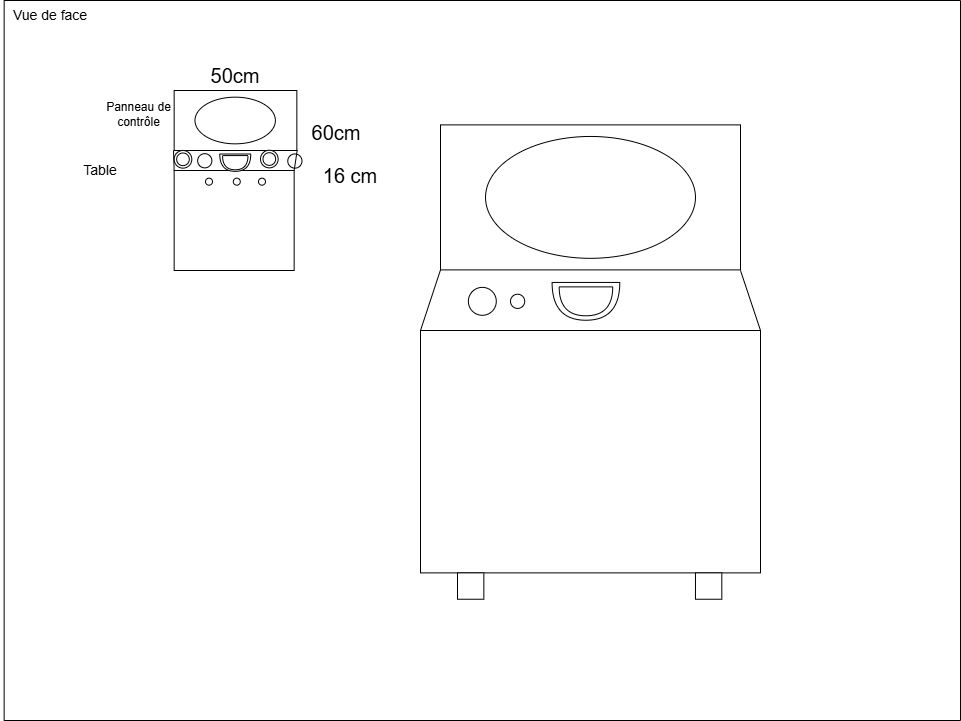
deux-intelligence/deux-neurones keeps this draw.io diagram as technique/plan_implantation_01.drawio.png. Above is the earlier version. Source tidied: cells renumbered, new cells last; positions are measured from the earlier drawing's top-left corner, leaving out a move shared by most shapes.
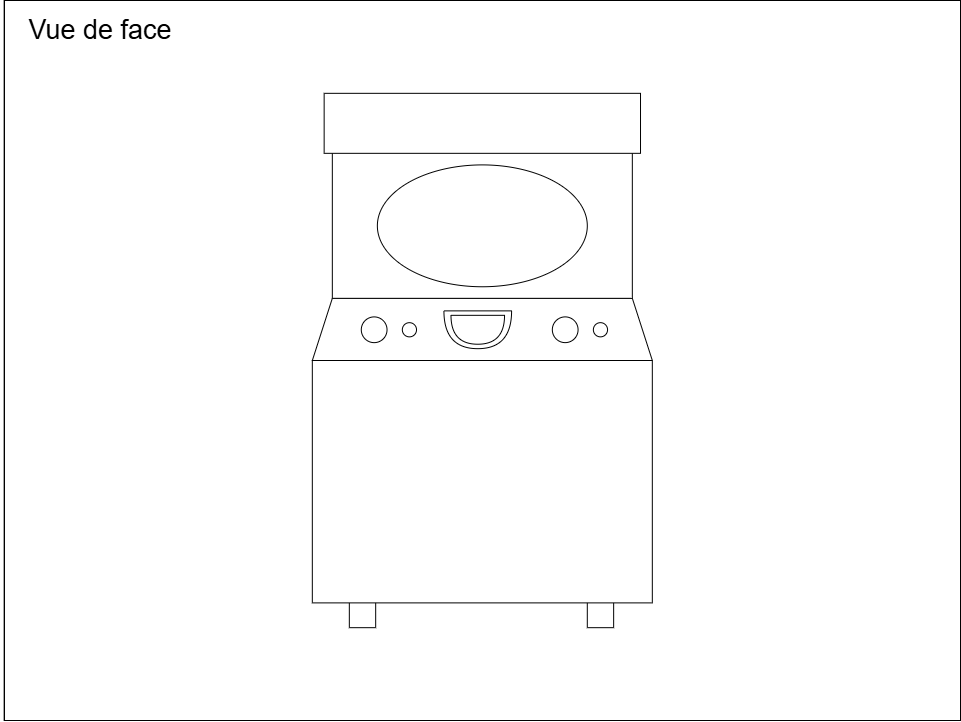
After the change.

Commit message:
Élargir Plan d'implantation (mesure des modifications à mettre)

Diff of the diagram source:
```diff
@@ -2,113 +2,53 @@
   <root>
     <mxCell id="0" />
     <mxCell id="1" parent="0" />
-    <mxCell id="2" value="Table" style="text;html=1;whiteSpace=wrap;strokeColor=none;fillColor=none;align=center;verticalAlign=middle;rounded=0;fontSize=14;" parent="1" vertex="1">
-      <mxGeometry x="70" y="155" width="60" height="30" as="geometry" />
-    </mxCell>
-    <mxCell id="3" value="Vue de face" style="text;html=1;whiteSpace=wrap;strokeColor=none;fillColor=none;align=center;verticalAlign=middle;rounded=0;fontSize=14;" parent="1" vertex="1">
-      <mxGeometry width="100" height="30" as="geometry" />
-    </mxCell>
+    <mxCell id="36" style="whiteSpace=wrap;html=1;" parent="1" vertex="1">
+      <mxGeometry x="4" width="956" height="720" as="geometry" />
+    </mxCell>
     <mxCell id="4" style="swimlane;startSize=0;" parent="1" vertex="1">
       <mxGeometry x="3.7" width="956.4" height="720" as="geometry" />
     </mxCell>
-    <mxCell id="5" style="rounded=0;whiteSpace=wrap;html=1;" parent="4" vertex="1">
-      <mxGeometry x="170" y="170" width="120" height="100" as="geometry" />
-    </mxCell>
-    <mxCell id="6" style="rounded=0;whiteSpace=wrap;html=1;" parent="4" vertex="1">
-      <mxGeometry x="170" y="90" width="122.7" height="60" as="geometry" />
-    </mxCell>
-    <mxCell id="7" style="ellipse;whiteSpace=wrap;html=1;" parent="4" vertex="1">
-      <mxGeometry x="190.8" y="96.7" width="80.4" height="46.7" as="geometry" />
-    </mxCell>
-    <mxCell id="8" style="shape=or;whiteSpace=wrap;html=1;rotation=90;" parent="4" vertex="1">
-      <mxGeometry x="222.5" y="146.7" width="17.3" height="31" as="geometry" />
-    </mxCell>
-    <mxCell id="9" style="ellipse;whiteSpace=wrap;html=1;" parent="4" vertex="1">
-      <mxGeometry x="193.5" y="153.2" width="14.2" height="14.2" as="geometry" />
-    </mxCell>
-    <mxCell id="10" style="ellipse;whiteSpace=wrap;html=1;" parent="4" vertex="1">
-      <mxGeometry x="170" y="150" width="17.6" height="17.6" as="geometry" />
-    </mxCell>
-    <mxCell id="11" style="ellipse;whiteSpace=wrap;html=1;" parent="4" vertex="1">
-      <mxGeometry x="172.5" y="152.5" width="12.6" height="12.6" as="geometry" />
-    </mxCell>
-    <mxCell id="12" style="ellipse;whiteSpace=wrap;html=1;" parent="4" vertex="1">
-      <mxGeometry x="256.3" y="149.7" width="17.6" height="17.6" as="geometry" />
-    </mxCell>
-    <mxCell id="13" style="ellipse;whiteSpace=wrap;html=1;" parent="4" vertex="1">
-      <mxGeometry x="258.8" y="152.2" width="12.6" height="12.6" as="geometry" />
-    </mxCell>
-    <mxCell id="14" style="ellipse;whiteSpace=wrap;html=1;" parent="4" vertex="1">
-      <mxGeometry x="283.6" y="153.5" width="14.2" height="14.2" as="geometry" />
-    </mxCell>
-    <mxCell id="15" style="ellipse;whiteSpace=wrap;html=1;" parent="4" vertex="1">
-      <mxGeometry x="201.3" y="177.7" width="7" height="7" as="geometry" />
-    </mxCell>
-    <mxCell id="16" style="ellipse;whiteSpace=wrap;html=1;" parent="4" vertex="1">
-      <mxGeometry x="229.1" y="177.7" width="7" height="7" as="geometry" />
-    </mxCell>
-    <mxCell id="17" style="ellipse;whiteSpace=wrap;html=1;" parent="4" vertex="1">
-      <mxGeometry x="254.3" y="177.7" width="7" height="7" as="geometry" />
-    </mxCell>
-    <mxCell id="18" value="60cm" style="text;html=1;whiteSpace=wrap;strokeColor=none;fillColor=none;align=center;verticalAlign=middle;rounded=0;fontSize=20;" parent="4" vertex="1">
-      <mxGeometry x="302.5" y="116.7" width="60" height="30" as="geometry" />
-    </mxCell>
-    <mxCell id="19" value="16 cm" style="text;html=1;whiteSpace=wrap;strokeColor=none;fillColor=none;align=center;verticalAlign=middle;rounded=0;fontSize=20;" parent="4" vertex="1">
-      <mxGeometry x="316.3" y="160" width="60" height="30" as="geometry" />
-    </mxCell>
-    <mxCell id="20" style="shape=or;whiteSpace=wrap;html=1;rotation=90;" parent="4" vertex="1">
-      <mxGeometry x="224" y="149.5" width="14.2" height="25.4" as="geometry" />
-    </mxCell>
-    <mxCell id="21" value="Panneau de contrôle" style="text;html=1;whiteSpace=wrap;strokeColor=none;fillColor=none;align=center;verticalAlign=middle;rounded=0;fontSize=12;" parent="4" vertex="1">
-      <mxGeometry x="79.8" y="103.9" width="111" height="20.5" as="geometry" />
-    </mxCell>
-    <mxCell id="22" value="50cm" style="text;html=1;whiteSpace=wrap;strokeColor=none;fillColor=none;align=center;verticalAlign=middle;rounded=0;fontSize=20;" parent="4" vertex="1">
-      <mxGeometry x="201" y="60" width="60" height="30" as="geometry" />
-    </mxCell>
-    <mxCell id="23" style="endArrow=none;html=1;exitX=0;exitY=0;exitDx=0;exitDy=0;" parent="4" edge="1" source="5">
-      <mxGeometry relative="1" as="geometry">
-        <mxPoint x="169.3" y="150" as="targetPoint" />
-      </mxGeometry>
-    </mxCell>
-    <mxCell id="24" style="endArrow=none;html=1;exitX=1;exitY=0;exitDx=0;exitDy=0;" parent="4" edge="1" source="5">
-      <mxGeometry relative="1" as="geometry">
-        <mxPoint x="293.1" y="149.5" as="targetPoint" />
-      </mxGeometry>
-    </mxCell>
-    <mxCell id="25" style="rounded=0;whiteSpace=wrap;html=1;" parent="4" vertex="1">
-      <mxGeometry x="416.4" y="330" width="340" height="242.4" as="geometry" />
-    </mxCell>
-    <mxCell id="26" style="endArrow=none;html=1;entryX=0;entryY=1;entryDx=0;entryDy=0;exitX=0;exitY=0;exitDx=0;exitDy=0;" parent="4" edge="1" source="25" target="27">
-      <mxGeometry relative="1" as="geometry" />
-    </mxCell>
+    <mxCell id="37" style="shape=trapezoid;perimeter=trapezoidPerimeter;whiteSpace=wrap;html=1;fixedSize=1;" parent="4" vertex="1">
+      <mxGeometry x="308.2" y="297.8" width="340" height="62.2" as="geometry" />
+    </mxCell>
     <mxCell id="27" style="rounded=0;whiteSpace=wrap;html=1;" parent="4" vertex="1">
-      <mxGeometry x="436.4" y="124.4" width="300" height="145" as="geometry" />
+      <mxGeometry x="328.2" y="148.4" width="300" height="149.4" as="geometry" />
     </mxCell>
-    <mxCell id="28" style="endArrow=none;html=1;exitX=1;exitY=0;exitDx=0;exitDy=0;" parent="4" edge="1" source="25">
-      <mxGeometry relative="1" as="geometry">
-        <mxPoint x="736.4" y="270" as="targetPoint" />
-      </mxGeometry>
-    </mxCell>
     <mxCell id="29" style="ellipse;whiteSpace=wrap;html=1;" parent="4" vertex="1">
-      <mxGeometry x="481.4" y="136" width="209.9" height="121.9" as="geometry" />
+      <mxGeometry x="373.2" y="164.4" width="209.9" height="121.9" as="geometry" />
     </mxCell>
     <mxCell id="30" style="whiteSpace=wrap;html=1;" parent="4" vertex="1">
-      <mxGeometry x="453.4" y="572.4" width="26.4" height="26.4" as="geometry" />
+      <mxGeometry x="345.2" y="600.8" width="26.4" height="26.4" as="geometry" />
     </mxCell>
     <mxCell id="31" style="whiteSpace=wrap;html=1;" parent="4" vertex="1">
-      <mxGeometry x="691.3" y="572.4" width="26.4" height="26.4" as="geometry" />
+      <mxGeometry x="583.2" y="600.8" width="26.4" height="26.4" as="geometry" />
     </mxCell>
     <mxCell id="32" style="shape=or;whiteSpace=wrap;html=1;rotation=90;" parent="4" vertex="1">
-      <mxGeometry x="562.9" y="267" width="37.8" height="67.7" as="geometry" />
+      <mxGeometry x="454.7" y="295.4" width="37.8" height="67.7" as="geometry" />
     </mxCell>
     <mxCell id="33" style="shape=or;whiteSpace=wrap;html=1;rotation=90;" parent="4" vertex="1">
-      <mxGeometry x="567.3" y="274.1" width="28.9" height="53.5" as="geometry" />
+      <mxGeometry x="459.2" y="302.5" width="28.9" height="53.5" as="geometry" />
     </mxCell>
     <mxCell id="34" style="ellipse;whiteSpace=wrap;html=1;" parent="4" vertex="1">
-      <mxGeometry x="506.4" y="293.7" width="14.2" height="14.2" as="geometry" />
+      <mxGeometry x="398.2" y="322.2" width="14.2" height="14.2" as="geometry" />
     </mxCell>
     <mxCell id="35" style="ellipse;whiteSpace=wrap;html=1;" parent="4" vertex="1">
-      <mxGeometry x="464.2" y="286.9" width="27.9" height="27.9" as="geometry" />
+      <mxGeometry x="357.1" y="316.4" width="25.7" height="25.7" as="geometry" />
     </mxCell>
+    <mxCell id="38" style="ellipse;whiteSpace=wrap;html=1;" parent="4" vertex="1">
+      <mxGeometry x="589.2" y="322.2" width="14.2" height="14.2" as="geometry" />
+    </mxCell>
+    <mxCell id="39" style="ellipse;whiteSpace=wrap;html=1;" parent="4" vertex="1">
+      <mxGeometry x="548.2" y="316.4" width="25.7" height="25.7" as="geometry" />
+    </mxCell>
+    <mxCell id="40" style="rounded=0;whiteSpace=wrap;html=1;" parent="4" vertex="1">
+      <mxGeometry x="320" y="92.8" width="316.4" height="60" as="geometry" />
+    </mxCell>
+    <mxCell id="25" style="rounded=0;whiteSpace=wrap;html=1;" parent="4" vertex="1">
+      <mxGeometry x="308.2" y="360" width="340" height="242.4" as="geometry" />
+    </mxCell>
+    <mxCell id="3" value="Vue de face" style="text;html=1;whiteSpace=wrap;strokeColor=none;fillColor=none;align=center;verticalAlign=middle;rounded=0;fontSize=27;" parent="1" vertex="1">
+      <mxGeometry width="200" height="60" as="geometry" />
+    </mxCell>
   </root>
 </mxGraphModel>
```
